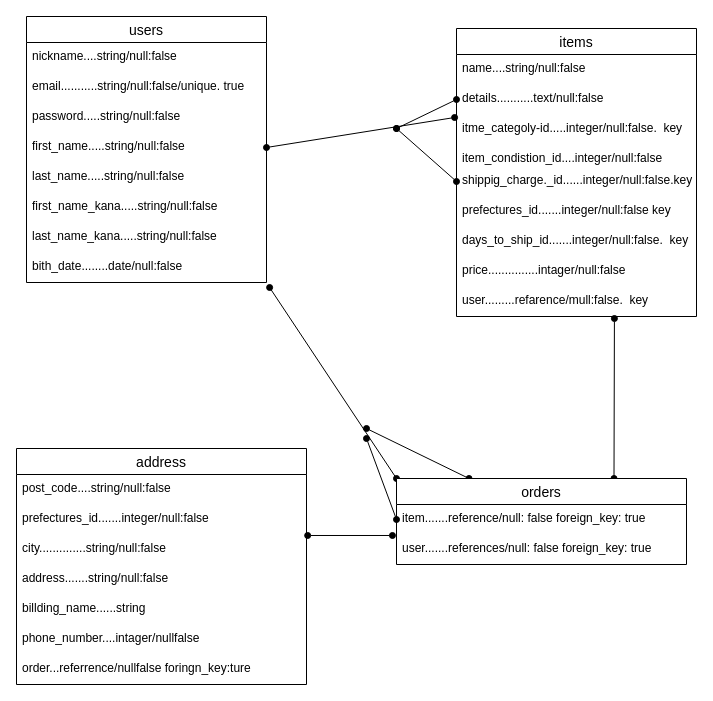
The draw.io diagram furim.dio in hiro-nishino/furima-39102, before the edit. Source tidied: cells renumbered, new cells numbered last; positions are measured from the earlier drawing's top-left corner, leaving out a move shared by most shapes. Both pictures are drawn from the tidied source at 100%, with x=0, y=0 at pixel (16, 16).
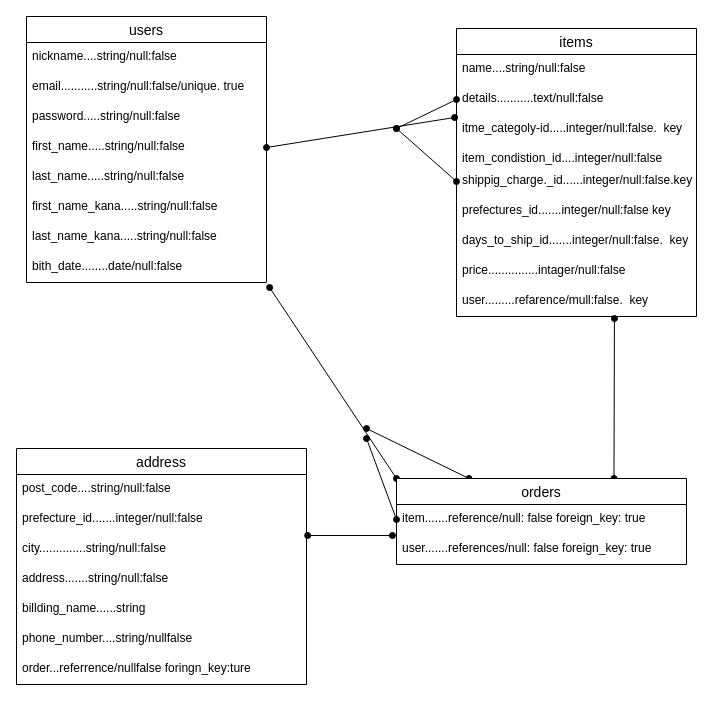
The same diagram, later.

Unchanged cells that the change refers to:
```xml
<mxCell id="21" value="address" style="swimlane;fontStyle=0;horizontal=1;startSize=26;align=center;fontSize=14;strokeColor=default;" parent="1" vertex="1">
  <mxGeometry y="432" width="290" height="236" as="geometry" />
</mxCell>
```

What changed in the source:
```diff
@@
-    <mxCell id="23" value="prefectures_id.......integer/null:false" style="text;strokeColor=none;fillColor=none;spacingLeft=4;spacingRight=4;overflow=hidden;fontSize=12;" parent="21" vertex="1">
+    <mxCell id="23" value="prefecture_id.......integer/null:false" style="text;strokeColor=none;fillColor=none;spacingLeft=4;spacingRight=4;overflow=hidden;fontSize=12;" parent="21" vertex="1">
       <mxGeometry y="56" width="290" height="30" as="geometry" />
     </mxCell>
@@
-    <mxCell id="27" value="phone_number....intager/nullfalse" style="text;strokeColor=none;fillColor=none;spacingLeft=4;spacingRight=4;overflow=hidden;fontSize=12;" parent="21" vertex="1">
+    <mxCell id="27" value="phone_number....string/nullfalse" style="text;strokeColor=none;fillColor=none;spacingLeft=4;spacingRight=4;overflow=hidden;fontSize=12;" parent="21" vertex="1">
       <mxGeometry y="176" width="290" height="30" as="geometry" />
     </mxCell>
```
